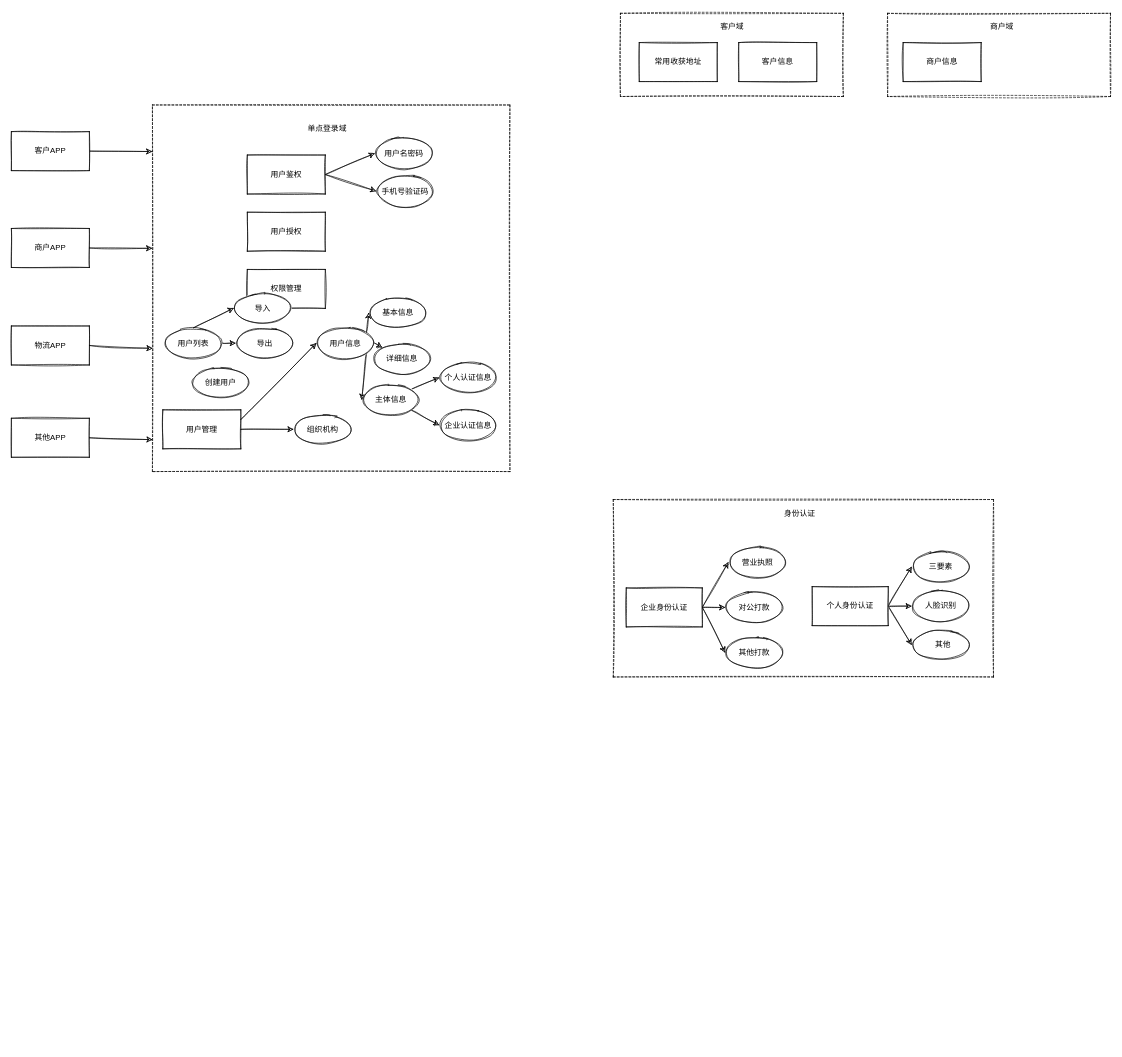
The draw.io diagram page "业务建模" (2 of 2) of docs/订单系统设计.drawio in lokiworks/codebase, before the edit. Source tidied: cells renumbered, new cells numbered last; positions are measured from the earlier drawing's top-left corner, leaving out a move shared by most shapes. Both pictures are drawn from the tidied source at 65%, with x=0, y=0 at pixel (11, 13).
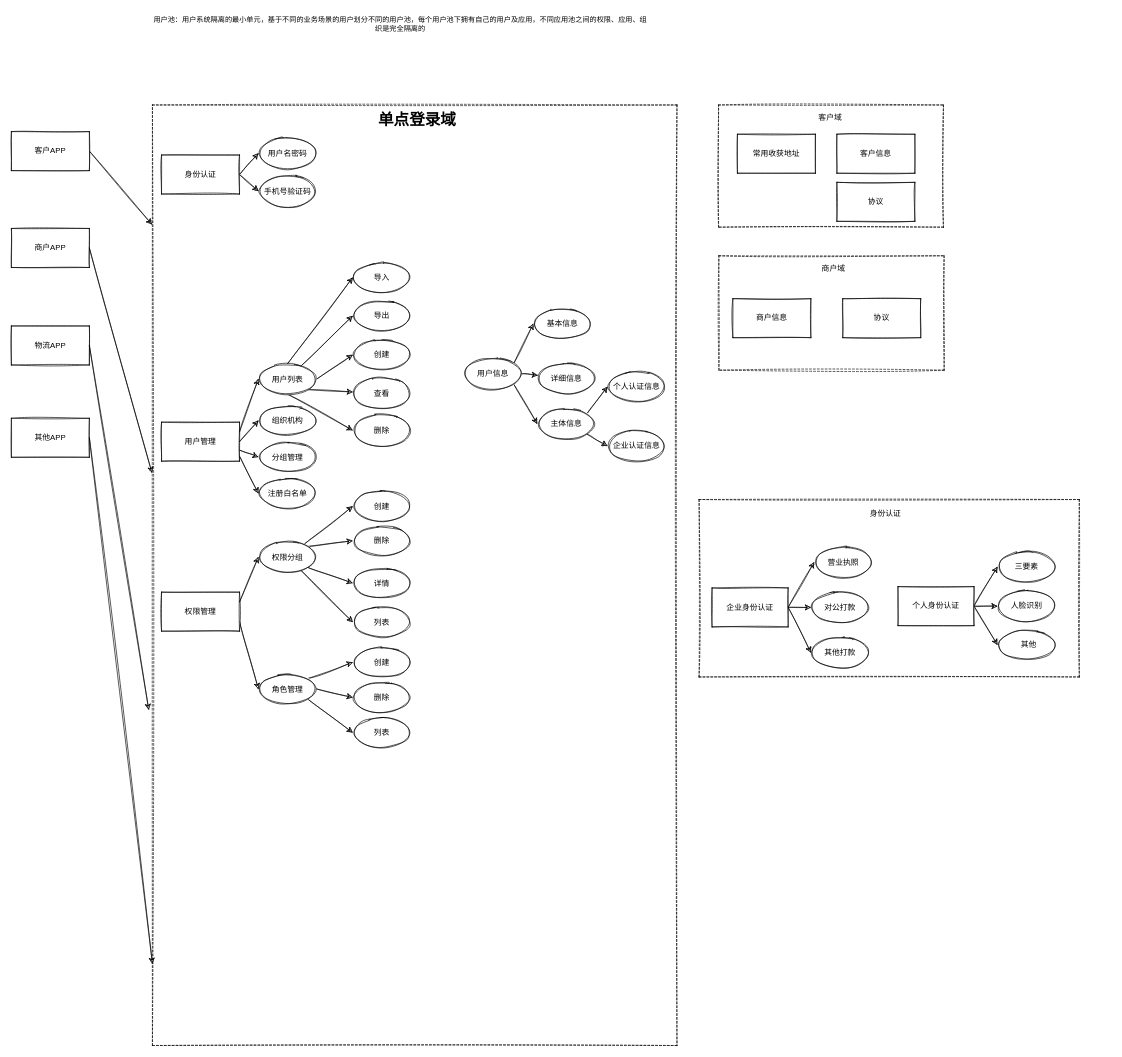
After the change.

Commit message:
Update 订单系统设计.drawio

Unchanged cells that the change refers to:
```xml
<mxCell id="32" value="物流APP" style="rounded=0;whiteSpace=wrap;html=1;sketch=1;strokeWidth=1;" parent="1" vertex="1">
  <mxGeometry y="481" width="120" height="60" as="geometry" />
</mxCell>
```

Diff of the diagram source:
```diff
@@
     <mxCell id="2" style="rounded=0;whiteSpace=wrap;html=1;dashed=1;sketch=1;strokeWidth=1;" parent="1" vertex="1">
-      <mxGeometry x="937" width="343" height="128" as="geometry" />
+      <mxGeometry x="1088" y="141" width="346" height="188" as="geometry" />
     </mxCell>
     <mxCell id="3" style="rounded=0;whiteSpace=wrap;html=1;dashed=1;strokeWidth=1;perimeterSpacing=0;sketch=1;" parent="1" vertex="1">
-      <mxGeometry x="926" y="748" width="585" height="273" as="geometry" />
+      <mxGeometry x="1058" y="748" width="585" height="273" as="geometry" />
     </mxCell>
     <mxCell id="4" value="常用收获地址" style="rounded=0;whiteSpace=wrap;html=1;sketch=1;" parent="1" vertex="1">
-      <mxGeometry x="966" y="45" width="120" height="60" as="geometry" />
+      <mxGeometry x="1117" y="186" width="120" height="60" as="geometry" />
     </mxCell>
@@
     <mxCell id="8" value="个人身份认证" style="rounded=0;whiteSpace=wrap;html=1;sketch=1;" parent="1" vertex="1">
-      <mxGeometry x="1232" y="882" width="117" height="60" as="geometry" />
+      <mxGeometry x="1364" y="882" width="117" height="60" as="geometry" />
     </mxCell>
     <mxCell id="9" value="三要素" style="ellipse;whiteSpace=wrap;html=1;sketch=1;" parent="1" vertex="1">
-      <mxGeometry x="1385" y="828" width="90" height="47" as="geometry" />
+      <mxGeometry x="1517" y="828" width="90" height="47" as="geometry" />
     </mxCell>
     <mxCell id="10" value="人脸识别" style="ellipse;whiteSpace=wrap;html=1;sketch=1;" parent="1" vertex="1">
-      <mxGeometry x="1385" y="888.5" width="90" height="47" as="geometry" />
+      <mxGeometry x="1517" y="888.5" width="90" height="47" as="geometry" />
     </mxCell>
     <mxCell id="11" value="&amp;nbsp; 其他" style="ellipse;whiteSpace=wrap;html=1;sketch=1;" parent="1" vertex="1">
-      <mxGeometry x="1385" y="948" width="90" height="47" as="geometry" />
+      <mxGeometry x="1517" y="948" width="90" height="47" as="geometry" />
     </mxCell>
@@
     <mxCell id="15" value="企业身份认证" style="rounded=0;whiteSpace=wrap;html=1;sketch=1;" parent="1" vertex="1">
-      <mxGeometry x="946" y="884" width="117" height="60" as="geometry" />
+      <mxGeometry x="1078" y="884" width="117" height="60" as="geometry" />
     </mxCell>
     <mxCell id="16" value="营业执照" style="ellipse;whiteSpace=wrap;html=1;sketch=1;" parent="1" vertex="1">
-      <mxGeometry x="1103" y="821" width="90" height="47" as="geometry" />
+      <mxGeometry x="1235" y="821" width="90" height="47" as="geometry" />
     </mxCell>
     <mxCell id="17" value="身份认证" style="text;html=1;strokeColor=none;fillColor=none;align=center;verticalAlign=middle;whiteSpace=wrap;rounded=0;dashed=1;sketch=1;" parent="1" vertex="1">
-      <mxGeometry x="1183" y="755" width="60" height="30" as="geometry" />
+      <mxGeometry x="1315" y="755" width="60" height="30" as="geometry" />
     </mxCell>
     <mxCell id="18" value="对公打款" style="ellipse;whiteSpace=wrap;html=1;sketch=1;" parent="1" vertex="1">
-      <mxGeometry x="1098" y="890.5" width="90" height="47" as="geometry" />
+      <mxGeometry x="1230" y="890.5" width="90" height="47" as="geometry" />
     </mxCell>
     <mxCell id="19" value="其他打款" style="ellipse;whiteSpace=wrap;html=1;sketch=1;" parent="1" vertex="1">
-      <mxGeometry x="1098" y="960" width="90" height="47" as="geometry" />
+      <mxGeometry x="1230" y="960" width="90" height="47" as="geometry" />
     </mxCell>
     <mxCell id="20" value="客户信息" style="rounded=0;whiteSpace=wrap;html=1;sketch=1;" parent="1" vertex="1">
-      <mxGeometry x="1119" y="45" width="120" height="60" as="geometry" />
+      <mxGeometry x="1270" y="186" width="120" height="60" as="geometry" />
     </mxCell>
     <mxCell id="21" value="客户域" style="text;html=1;strokeColor=none;fillColor=none;align=center;verticalAlign=middle;whiteSpace=wrap;rounded=0;dashed=1;sketch=1;" parent="1" vertex="1">
-      <mxGeometry x="1079" y="5" width="60" height="30" as="geometry" />
+      <mxGeometry x="1230" y="146" width="60" height="30" as="geometry" />
     </mxCell>
     <mxCell id="22" style="rounded=0;whiteSpace=wrap;html=1;dashed=1;sketch=1;strokeWidth=1;" parent="1" vertex="1">
-      <mxGeometry x="1348" width="343" height="128" as="geometry" />
+      <mxGeometry x="1088.5" y="373" width="346.5" height="176" as="geometry" />
     </mxCell>
     <mxCell id="23" value="商户域" style="text;html=1;strokeColor=none;fillColor=none;align=center;verticalAlign=middle;whiteSpace=wrap;rounded=0;dashed=1;sketch=1;" parent="1" vertex="1">
-      <mxGeometry x="1494" y="5" width="60" height="30" as="geometry" />
+      <mxGeometry x="1234.5" y="378" width="60" height="30" as="geometry" />
     </mxCell>
     <mxCell id="24" value="商户信息" style="rounded=0;whiteSpace=wrap;html=1;sketch=1;" parent="1" vertex="1">
-      <mxGeometry x="1372" y="45" width="120" height="60" as="geometry" />
+      <mxGeometry x="1110" y="439" width="120" height="60" as="geometry" />
     </mxCell>
     <mxCell id="25" style="rounded=0;whiteSpace=wrap;html=1;dashed=1;strokeWidth=1;perimeterSpacing=0;sketch=1;" parent="1" vertex="1">
-      <mxGeometry x="217" y="141" width="550" height="564" as="geometry" />
+      <mxGeometry x="217" y="141" width="807" height="1447" as="geometry" />
     </mxCell>
-    <mxCell id="26" value="单点登录域" style="text;html=1;strokeColor=none;fillColor=none;align=center;verticalAlign=middle;whiteSpace=wrap;rounded=0;dashed=1;sketch=1;" parent="1" vertex="1">
-      <mxGeometry x="448" y="166" width="76" height="21" as="geometry" />
+    <mxCell id="26" value="单点登录域" style="text;html=1;strokeColor=none;fillColor=none;align=center;verticalAlign=middle;whiteSpace=wrap;rounded=0;dashed=1;sketch=1;fontStyle=1;fontSize=24;" parent="1" vertex="1">
+      <mxGeometry x="514" y="141" width="221" height="46.5" as="geometry" />
     </mxCell>
@@
-    <mxCell id="31" style="edgeStyle=none;rounded=0;sketch=1;jettySize=auto;html=1;exitX=1;exitY=0.5;exitDx=0;exitDy=0;entryX=0;entryY=0.664;entryDx=0;entryDy=0;entryPerimeter=0;" parent="1" edge="1" source="32" target="25">
-      <mxGeometry relative="1" as="geometry" />
-    </mxCell>
@@
-    <mxCell id="37" value="用户鉴权" style="rounded=0;whiteSpace=wrap;html=1;sketch=1;strokeWidth=1;" parent="1" vertex="1">
-      <mxGeometry x="363" y="218" width="120" height="60" as="geometry" />
+    <mxCell id="37" value="身份认证" style="rounded=0;whiteSpace=wrap;html=1;sketch=1;strokeWidth=1;" parent="1" vertex="1">
+      <mxGeometry x="231" y="218" width="120" height="60" as="geometry" />
     </mxCell>
     <mxCell id="38" value="用户名密码" style="ellipse;whiteSpace=wrap;html=1;sketch=1;" parent="1" vertex="1">
-      <mxGeometry x="559" y="192" width="90" height="47" as="geometry" />
+      <mxGeometry x="380" y="192" width="90" height="47" as="geometry" />
     </mxCell>
     <mxCell id="39" value="手机号验证码" style="ellipse;whiteSpace=wrap;html=1;sketch=1;" parent="1" vertex="1">
-      <mxGeometry x="561" y="250" width="90" height="47" as="geometry" />
+      <mxGeometry x="380" y="250" width="90" height="47" as="geometry" />
     </mxCell>
-    <mxCell id="40" value="用户授权" style="rounded=0;whiteSpace=wrap;html=1;sketch=1;strokeWidth=1;" parent="1" vertex="1">
-      <mxGeometry x="363" y="306" width="120" height="60" as="geometry" />
-    </mxCell>
+    <mxCell id="63" style="edgeStyle=none;rounded=0;sketch=1;jettySize=auto;html=1;exitX=1;exitY=0.25;exitDx=0;exitDy=0;entryX=0;entryY=0.5;entryDx=0;entryDy=0;fontSize=24;startArrow=none;startFill=0;endArrow=classic;endFill=1;" parent="1" edge="1" source="41" target="81">
+      <mxGeometry relative="1" as="geometry" />
+    </mxCell>
+    <mxCell id="64" style="edgeStyle=none;rounded=0;sketch=1;jettySize=auto;html=1;exitX=1;exitY=0.75;exitDx=0;exitDy=0;entryX=0;entryY=0.5;entryDx=0;entryDy=0;fontSize=11;startArrow=none;startFill=0;endArrow=classic;endFill=1;" parent="1" edge="1" source="41" target="87">
+      <mxGeometry relative="1" as="geometry" />
+    </mxCell>
     <mxCell id="41" value="权限管理" style="rounded=0;whiteSpace=wrap;html=1;sketch=1;strokeWidth=1;" parent="1" vertex="1">
-      <mxGeometry x="363" y="394" width="120" height="60" as="geometry" />
+      <mxGeometry x="231" y="890.5" width="120" height="60" as="geometry" />
     </mxCell>
@@
     <mxCell id="45" value="基本信息" style="ellipse;whiteSpace=wrap;html=1;sketch=1;" parent="1" vertex="1">
-      <mxGeometry x="550" y="437" width="90" height="47" as="geometry" />
+      <mxGeometry x="803" y="454" width="90" height="47" as="geometry" />
     </mxCell>
     <mxCell id="46" value="详细信息" style="ellipse;whiteSpace=wrap;html=1;sketch=1;" parent="1" vertex="1">
-      <mxGeometry x="556" y="508" width="90" height="47" as="geometry" />
+      <mxGeometry x="809" y="538" width="90" height="47" as="geometry" />
     </mxCell>
@@
     <mxCell id="49" value="主体信息" style="ellipse;whiteSpace=wrap;html=1;sketch=1;" parent="1" vertex="1">
-      <mxGeometry x="539" y="571" width="90" height="47" as="geometry" />
+      <mxGeometry x="809" y="608" width="90" height="47" as="geometry" />
     </mxCell>
     <mxCell id="50" value="个人认证信息" style="ellipse;whiteSpace=wrap;html=1;sketch=1;" parent="1" vertex="1">
-      <mxGeometry x="658" y="537" width="90" height="47" as="geometry" />
+      <mxGeometry x="917" y="551" width="90" height="47" as="geometry" />
     </mxCell>
     <mxCell id="51" value="企业认证信息" style="ellipse;whiteSpace=wrap;html=1;sketch=1;" parent="1" vertex="1">
-      <mxGeometry x="658" y="610" width="90" height="47" as="geometry" />
+      <mxGeometry x="917" y="642" width="90" height="47" as="geometry" />
     </mxCell>
-    <mxCell id="52" style="edgeStyle=none;rounded=0;sketch=1;jettySize=auto;html=1;exitX=1;exitY=0.25;exitDx=0;exitDy=0;entryX=0;entryY=0.5;entryDx=0;entryDy=0;" parent="1" edge="1" source="54" target="55">
-      <mxGeometry relative="1" as="geometry" />
-    </mxCell>
@@
+    <mxCell id="65" style="edgeStyle=none;rounded=0;sketch=1;jettySize=auto;html=1;exitX=1;exitY=0.25;exitDx=0;exitDy=0;entryX=0;entryY=0.5;entryDx=0;entryDy=0;endArrow=classic;endFill=1;" parent="1" edge="1" source="54" target="59">
+      <mxGeometry relative="1" as="geometry" />
+    </mxCell>
     <mxCell id="54" value="用户管理" style="rounded=0;whiteSpace=wrap;html=1;sketch=1;strokeWidth=1;" parent="1" vertex="1">
-      <mxGeometry x="233" y="610" width="120" height="60" as="geometry" />
+      <mxGeometry x="231" y="629" width="120" height="60" as="geometry" />
     </mxCell>
     <mxCell id="55" value="用户信息" style="ellipse;whiteSpace=wrap;html=1;sketch=1;" parent="1" vertex="1">
-      <mxGeometry x="469" y="484" width="90" height="47" as="geometry" />
+      <mxGeometry x="696" y="531" width="90" height="47" as="geometry" />
     </mxCell>
     <mxCell id="56" value="组织机构" style="ellipse;whiteSpace=wrap;html=1;sketch=1;" parent="1" vertex="1">
-      <mxGeometry x="434" y="616.5" width="90" height="47" as="geometry" />
+      <mxGeometry x="380" y="603" width="90" height="47" as="geometry" />
     </mxCell>
@@
-    <mxCell id="59" value="用户列表" style="ellipse;whiteSpace=wrap;html=1;sketch=1;" parent="1" vertex="1">
-      <mxGeometry x="235" y="484" width="90" height="47" as="geometry" />
-    </mxCell>
+    <mxCell id="66" style="edgeStyle=none;rounded=0;sketch=1;jettySize=auto;html=1;exitX=1;exitY=0.5;exitDx=0;exitDy=0;entryX=0;entryY=0.5;entryDx=0;entryDy=0;" parent="1" edge="1" source="59" target="62">
+      <mxGeometry relative="1" as="geometry" />
+    </mxCell>
+    <mxCell id="67" style="edgeStyle=none;rounded=0;sketch=1;jettySize=auto;html=1;entryX=0;entryY=0.5;entryDx=0;entryDy=0;exitX=0.5;exitY=1;exitDx=0;exitDy=0;" parent="1" edge="1" source="59" target="68">
+      <mxGeometry relative="1" as="geometry" />
+    </mxCell>
     <mxCell id="60" value="导入" style="ellipse;whiteSpace=wrap;html=1;sketch=1;" parent="1" vertex="1">
-      <mxGeometry x="342" y="430" width="90" height="47" as="geometry" />
+      <mxGeometry x="525" y="383" width="90" height="47" as="geometry" />
     </mxCell>
     <mxCell id="61" value="导出" style="ellipse;whiteSpace=wrap;html=1;sketch=1;" parent="1" vertex="1">
-      <mxGeometry x="345" y="484" width="90" height="47" as="geometry" />
+      <mxGeometry x="525" y="442" width="90" height="47" as="geometry" />
     </mxCell>
-    <mxCell id="62" value="创建用户" style="ellipse;whiteSpace=wrap;html=1;sketch=1;" parent="1" vertex="1">
-      <mxGeometry x="277" y="545" width="90" height="47" as="geometry" />
+    <mxCell id="62" value="创建" style="ellipse;whiteSpace=wrap;html=1;sketch=1;" parent="1" vertex="1">
+      <mxGeometry x="525" y="502" width="90" height="47" as="geometry" />
     </mxCell>
+    <mxCell id="68" value="删除" style="ellipse;whiteSpace=wrap;html=1;sketch=1;" parent="1" vertex="1">
+      <mxGeometry x="525" y="618" width="90" height="47" as="geometry" />
+    </mxCell>
+    <mxCell id="69" style="edgeStyle=none;rounded=0;sketch=1;jettySize=auto;html=1;exitX=1;exitY=1;exitDx=0;exitDy=0;" parent="1" edge="1" source="59" target="70">
+      <mxGeometry relative="1" as="geometry" />
+    </mxCell>
+    <mxCell id="59" value="用户列表" style="ellipse;whiteSpace=wrap;html=1;sketch=1;" parent="1" vertex="1">
+      <mxGeometry x="380" y="539" width="90" height="47" as="geometry" />
+    </mxCell>
+    <mxCell id="31" style="edgeStyle=none;rounded=0;sketch=1;jettySize=auto;html=1;exitX=1;exitY=0.5;exitDx=0;exitDy=0;entryX=-0.007;entryY=0.643;entryDx=0;entryDy=0;entryPerimeter=0;endArrow=classic;endFill=1;" parent="1" edge="1" source="32" target="25">
+      <mxGeometry relative="1" as="geometry" />
+    </mxCell>
+    <mxCell id="70" value="查看" style="ellipse;whiteSpace=wrap;html=1;sketch=1;" parent="1" vertex="1">
+      <mxGeometry x="525" y="561" width="90" height="47" as="geometry" />
+    </mxCell>
+    <mxCell id="71" value="协议" style="rounded=0;whiteSpace=wrap;html=1;sketch=1;" parent="1" vertex="1">
+      <mxGeometry x="1279" y="439" width="120" height="60" as="geometry" />
+    </mxCell>
+    <mxCell id="72" value="协议" style="rounded=0;whiteSpace=wrap;html=1;sketch=1;" parent="1" vertex="1">
+      <mxGeometry x="1270" y="260" width="120" height="60" as="geometry" />
+    </mxCell>
+    <mxCell id="73" style="edgeStyle=none;rounded=0;sketch=1;jettySize=auto;html=1;endArrow=none;endFill=0;startArrow=classic;startFill=1;entryX=1.006;entryY=0.72;entryDx=0;entryDy=0;entryPerimeter=0;exitX=0;exitY=0.5;exitDx=0;exitDy=0;" parent="1" edge="1" source="74" target="54">
+      <mxGeometry relative="1" as="geometry" />
+    </mxCell>
+    <mxCell id="74" value="分组管理" style="ellipse;whiteSpace=wrap;html=1;sketch=1;" parent="1" vertex="1">
+      <mxGeometry x="380" y="659" width="90" height="47" as="geometry" />
+    </mxCell>
+    <mxCell id="75" style="edgeStyle=none;rounded=0;sketch=1;jettySize=auto;html=1;entryX=1.005;entryY=0.89;entryDx=0;entryDy=0;entryPerimeter=0;startArrow=classic;startFill=1;endArrow=none;endFill=0;exitX=0;exitY=0.5;exitDx=0;exitDy=0;" parent="1" edge="1" source="76" target="54">
+      <mxGeometry relative="1" as="geometry" />
+    </mxCell>
+    <mxCell id="76" value="注册白名单" style="ellipse;whiteSpace=wrap;html=1;sketch=1;" parent="1" vertex="1">
+      <mxGeometry x="380" y="715" width="90" height="47" as="geometry" />
+    </mxCell>
+    <mxCell id="77" style="edgeStyle=none;rounded=0;sketch=1;jettySize=auto;html=1;entryX=0;entryY=0.5;entryDx=0;entryDy=0;fontSize=24;startArrow=none;startFill=0;endArrow=classic;endFill=1;" parent="1" edge="1" source="81" target="82">
+      <mxGeometry relative="1" as="geometry" />
+    </mxCell>
+    <mxCell id="78" style="edgeStyle=none;rounded=0;sketch=1;jettySize=auto;html=1;exitX=1;exitY=0;exitDx=0;exitDy=0;entryX=0;entryY=0.5;entryDx=0;entryDy=0;fontSize=11;startArrow=none;startFill=0;endArrow=classic;endFill=1;" parent="1" edge="1" source="81" target="90">
+      <mxGeometry relative="1" as="geometry" />
+    </mxCell>
+    <mxCell id="79" style="edgeStyle=none;rounded=0;sketch=1;jettySize=auto;html=1;exitX=1;exitY=1;exitDx=0;exitDy=0;entryX=0;entryY=0.5;entryDx=0;entryDy=0;fontSize=11;startArrow=none;startFill=0;endArrow=classic;endFill=1;" parent="1" edge="1" source="81" target="91">
+      <mxGeometry relative="1" as="geometry" />
+    </mxCell>
+    <mxCell id="80" style="edgeStyle=none;rounded=0;sketch=1;jettySize=auto;html=1;entryX=0;entryY=0.5;entryDx=0;entryDy=0;fontSize=11;startArrow=none;startFill=0;endArrow=classic;endFill=1;" parent="1" edge="1" source="81" target="93">
+      <mxGeometry relative="1" as="geometry" />
+    </mxCell>
+    <mxCell id="81" value="权限分组" style="ellipse;whiteSpace=wrap;html=1;sketch=1;" parent="1" vertex="1">
+      <mxGeometry x="380" y="813" width="90" height="47" as="geometry" />
+    </mxCell>
+    <mxCell id="82" value="创建" style="ellipse;whiteSpace=wrap;html=1;sketch=1;" parent="1" vertex="1">
+      <mxGeometry x="525" y="735" width="90" height="47" as="geometry" />
+    </mxCell>
+    <mxCell id="83" value="用户池：用户系统隔离的最小单元，基于不同的业务场景的用户划分不同的用户池，每个用户池下拥有自己的用户及应用，不同应用池之间的权限、应用、组织是完全隔离的" style="text;html=1;strokeColor=none;fillColor=none;align=center;verticalAlign=middle;whiteSpace=wrap;rounded=0;sketch=1;fontSize=11;" parent="1" vertex="1">
+      <mxGeometry x="217" y="-3" width="763" height="40" as="geometry" />
+    </mxCell>
+    <mxCell id="84" style="edgeStyle=none;rounded=0;sketch=1;jettySize=auto;html=1;exitX=1;exitY=0;exitDx=0;exitDy=0;entryX=0;entryY=0.5;entryDx=0;entryDy=0;fontSize=11;startArrow=none;startFill=0;endArrow=classic;endFill=1;" parent="1" edge="1" source="87" target="88">
+      <mxGeometry relative="1" as="geometry" />
+    </mxCell>
+    <mxCell id="85" style="edgeStyle=none;rounded=0;sketch=1;jettySize=auto;html=1;entryX=0;entryY=0.5;entryDx=0;entryDy=0;fontSize=11;startArrow=none;startFill=0;endArrow=classic;endFill=1;exitX=1;exitY=0.5;exitDx=0;exitDy=0;" parent="1" edge="1" source="87" target="89">
+      <mxGeometry relative="1" as="geometry" />
+    </mxCell>
+    <mxCell id="86" style="edgeStyle=none;rounded=0;sketch=1;jettySize=auto;html=1;exitX=1;exitY=1;exitDx=0;exitDy=0;entryX=0;entryY=0.5;entryDx=0;entryDy=0;fontSize=11;startArrow=none;startFill=0;endArrow=classic;endFill=1;" parent="1" edge="1" source="87" target="92">
+      <mxGeometry relative="1" as="geometry" />
+    </mxCell>
+    <mxCell id="87" value="角色管理" style="ellipse;whiteSpace=wrap;html=1;sketch=1;" parent="1" vertex="1">
+      <mxGeometry x="380" y="1016" width="90" height="47" as="geometry" />
+    </mxCell>
+    <mxCell id="88" value="创建" style="ellipse;whiteSpace=wrap;html=1;sketch=1;" parent="1" vertex="1">
+      <mxGeometry x="525" y="975" width="90" height="47" as="geometry" />
+    </mxCell>
+    <mxCell id="89" value="删除" style="ellipse;whiteSpace=wrap;html=1;sketch=1;" parent="1" vertex="1">
+      <mxGeometry x="525" y="1029" width="90" height="47" as="geometry" />
+    </mxCell>
+    <mxCell id="90" value="删除" style="ellipse;whiteSpace=wrap;html=1;sketch=1;" parent="1" vertex="1">
+      <mxGeometry x="525" y="788" width="90" height="47" as="geometry" />
+    </mxCell>
+    <mxCell id="91" value="详情" style="ellipse;whiteSpace=wrap;html=1;sketch=1;" parent="1" vertex="1">
+      <mxGeometry x="525" y="853" width="90" height="47" as="geometry" />
+    </mxCell>
+    <mxCell id="92" value="列表" style="ellipse;whiteSpace=wrap;html=1;sketch=1;" parent="1" vertex="1">
+      <mxGeometry x="525" y="1083" width="90" height="47" as="geometry" />
+    </mxCell>
+    <mxCell id="93" value="列表" style="ellipse;whiteSpace=wrap;html=1;sketch=1;" parent="1" vertex="1">
+      <mxGeometry x="525" y="913" width="90" height="47" as="geometry" />
+    </mxCell>
```
